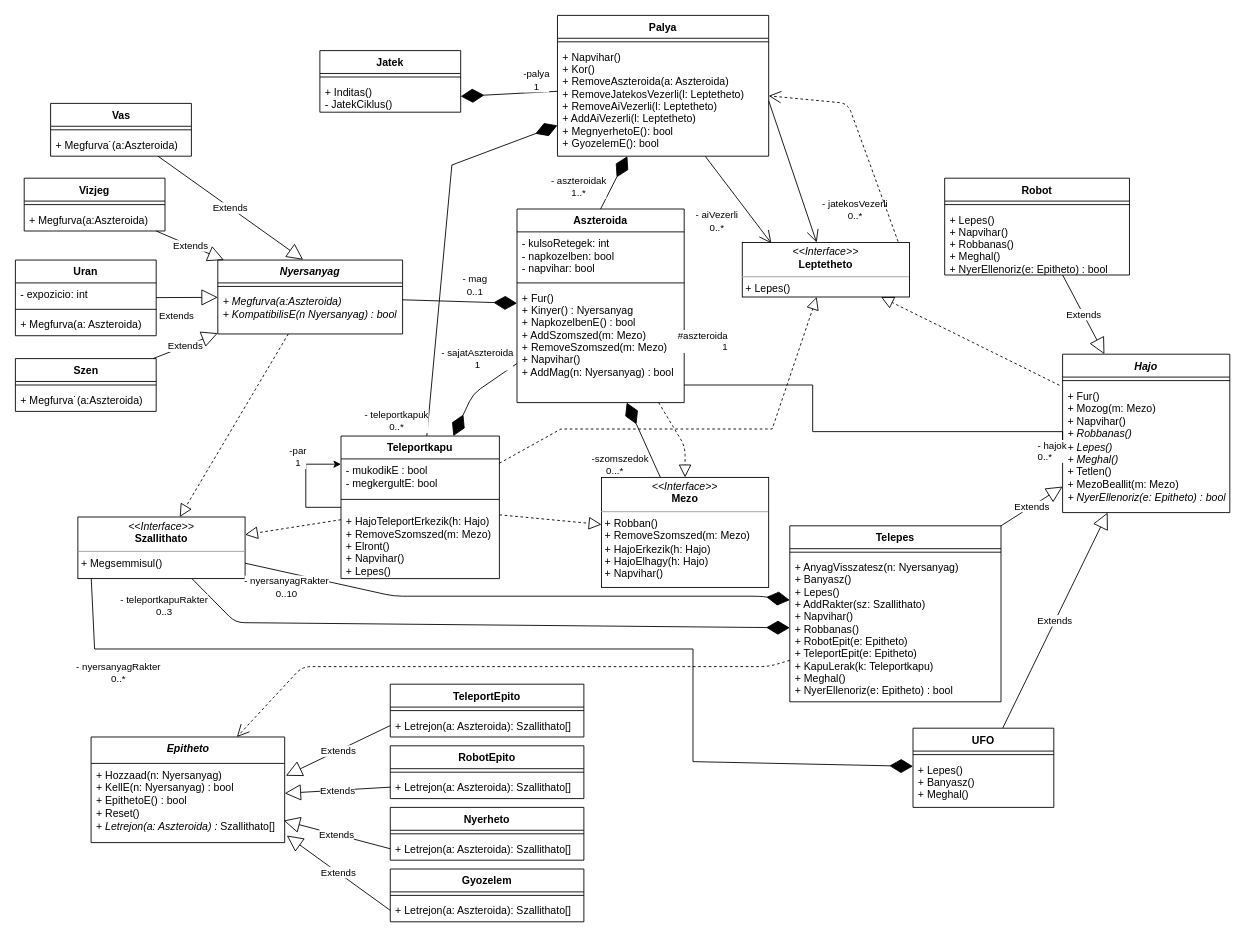
Above: doc/class.drawio in torpeBoiGo/aszteroidabanyaszat (draw.io), before the change. Source tidied: cells renumbered, new cells numbered last; positions are measured from the earlier drawing's top-left corner, leaving out a move shared by most shapes. Both pictures are drawn from the tidied source at 88%, with x=0, y=0 at pixel (15, 15).
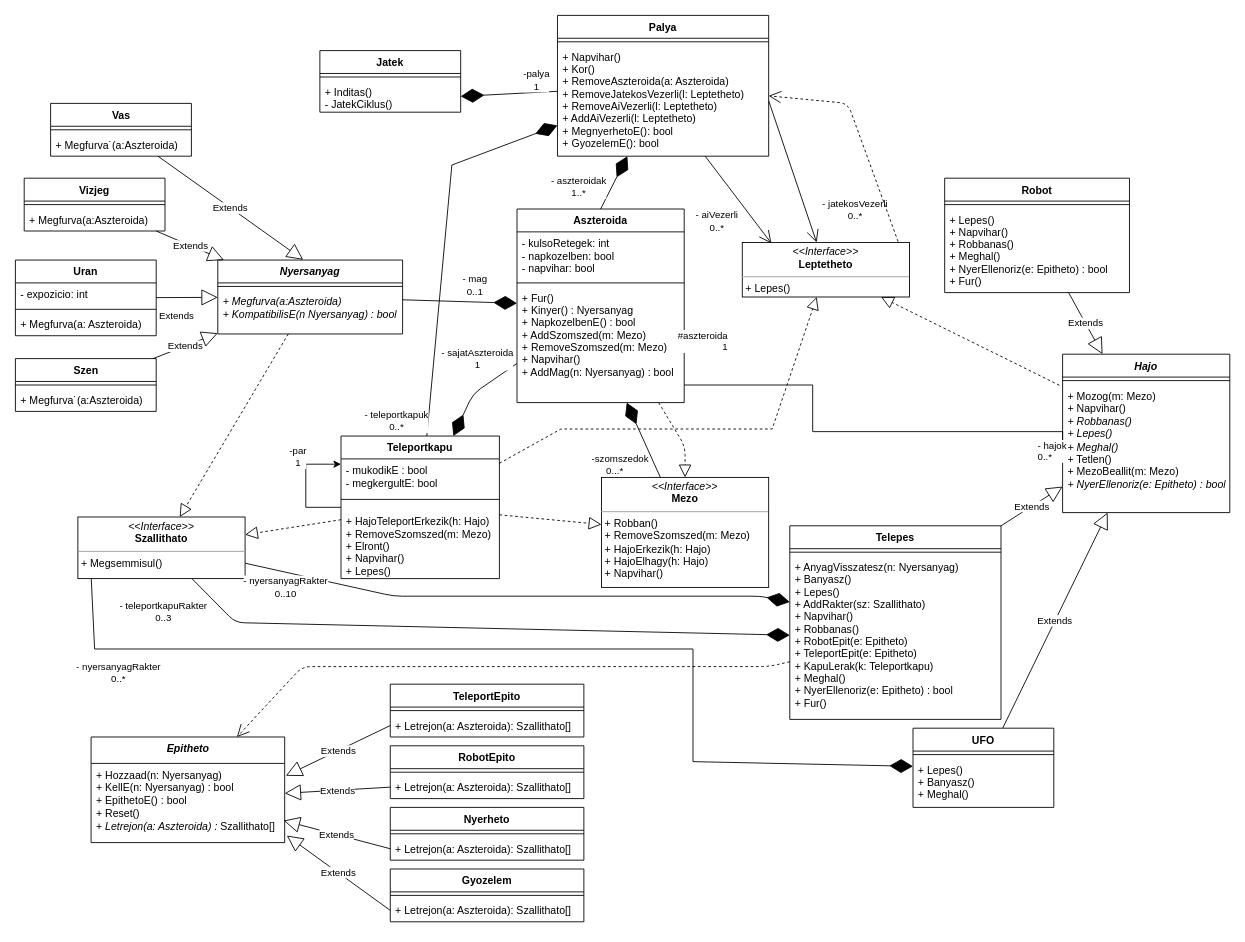
The same page after the edit.

Unchanged cells that the change refers to:
```xml
<mxCell id="19" value="Hajo" style="swimlane;fontStyle=3;align=center;verticalAlign=top;horizontal=1;startSize=26;" parent="1" vertex="1">
  <mxGeometry x="1190" y="385" width="190" height="180" as="geometry" />
</mxCell>
```

What changed in the source:
```diff
@@
     <mxCell id="13" value="Robot" style="swimlane;fontStyle=1;align=center;verticalAlign=top;horizontal=1;startSize=26;" parent="1" vertex="1">
-      <mxGeometry x="1056" y="185" width="210" height="110" as="geometry" />
+      <mxGeometry x="1056" y="185" width="210" height="130" as="geometry" />
     </mxCell>
@@
-    <mxCell id="15" value="+ Lepes()&#10;+ Napvihar()&#10;+ Robbanas()&#10;+ Meghal()&#10;+ NyerEllenoriz(e: Epitheto) : bool" style="text;strokeColor=none;fillColor=none;align=left;verticalAlign=top;spacingLeft=4;spacingRight=4;overflow=hidden;fontStyle=0;" parent="13" vertex="1">
-      <mxGeometry y="34" width="210" height="76" as="geometry" />
+    <mxCell id="15" value="+ Lepes()&#10;+ Napvihar()&#10;+ Robbanas()&#10;+ Meghal()&#10;+ NyerEllenoriz(e: Epitheto) : bool&#10;+ Fur()" style="text;strokeColor=none;fillColor=none;align=left;verticalAlign=top;spacingLeft=4;spacingRight=4;overflow=hidden;fontStyle=0;" parent="13" vertex="1">
+      <mxGeometry y="34" width="210" height="96" as="geometry" />
     </mxCell>
     <mxCell id="16" value="Telepes" style="swimlane;fontStyle=1;align=center;verticalAlign=top;horizontal=1;startSize=26;" parent="1" vertex="1">
-      <mxGeometry x="880" y="580" width="240" height="200" as="geometry" />
+      <mxGeometry x="880" y="580" width="240" height="220" as="geometry" />
     </mxCell>
@@
-    <mxCell id="18" value="+ AnyagVisszatesz(n: Nyersanyag)&#10;+ Banyasz()&#10;+ Lepes()&#10;+ AddRakter(sz: Szallithato)&#10;+ Napvihar()&#10;+ Robbanas()&#10;+ RobotEpit(e: Epitheto)&#10;+ TeleportEpit(e: Epitheto)&#10;+ KapuLerak(k: Teleportkapu)&#10;+ Meghal()&#10;+ NyerEllenoriz(e: Epitheto) : bool" style="text;strokeColor=none;fillColor=none;align=left;verticalAlign=top;spacingLeft=4;spacingRight=4;overflow=hidden;points=[[0,0.5],[1,0.5]];portConstraint=eastwest;fontStyle=0;" parent="16" vertex="1">
-      <mxGeometry y="34" width="240" height="166" as="geometry" />
+    <mxCell id="18" value="+ AnyagVisszatesz(n: Nyersanyag)&#10;+ Banyasz()&#10;+ Lepes()&#10;+ AddRakter(sz: Szallithato)&#10;+ Napvihar()&#10;+ Robbanas()&#10;+ RobotEpit(e: Epitheto)&#10;+ TeleportEpit(e: Epitheto)&#10;+ KapuLerak(k: Teleportkapu)&#10;+ Meghal()&#10;+ NyerEllenoriz(e: Epitheto) : bool&#10;+ Fur()" style="text;strokeColor=none;fillColor=none;align=left;verticalAlign=top;spacingLeft=4;spacingRight=4;overflow=hidden;points=[[0,0.5],[1,0.5]];portConstraint=eastwest;fontStyle=0;" parent="16" vertex="1">
+      <mxGeometry y="34" width="240" height="186" as="geometry" />
     </mxCell>
@@
-    <mxCell id="21" value="+ Fur()&lt;br&gt;+ Mozog(m: Mezo)&lt;br&gt;+ Napvihar()&lt;br&gt;&lt;i&gt;+ Robbanas()&lt;br&gt;+ Lepes()&lt;br&gt;+ Meghal()&lt;/i&gt;&lt;br&gt;+ Tetlen()&lt;br&gt;+ MezoBeallit(m: Mezo)&lt;br&gt;&lt;i&gt;+ NyerEllenoriz(e: Epitheto) : bool&lt;/i&gt;" style="text;strokeColor=none;fillColor=none;align=left;verticalAlign=top;spacingLeft=4;spacingRight=4;overflow=hidden;points=[[0,0.5],[1,0.5]];portConstraint=eastwest;fontStyle=0;html=1;" parent="19" vertex="1">
+    <mxCell id="21" value="+ Mozog(m: Mezo)&lt;br&gt;+ Napvihar()&lt;br&gt;&lt;i&gt;+ Robbanas()&lt;br&gt;+ Lepes()&lt;br&gt;+ Meghal()&lt;/i&gt;&lt;br&gt;+ Tetlen()&lt;br&gt;+ MezoBeallit(m: Mezo)&lt;br&gt;&lt;i&gt;+ NyerEllenoriz(e: Epitheto) : bool&lt;/i&gt;" style="text;strokeColor=none;fillColor=none;align=left;verticalAlign=top;spacingLeft=4;spacingRight=4;overflow=hidden;points=[[0,0.5],[1,0.5]];portConstraint=eastwest;fontStyle=0;html=1;" parent="19" vertex="1">
       <mxGeometry y="34" width="190" height="146" as="geometry" />
     </mxCell>
```
